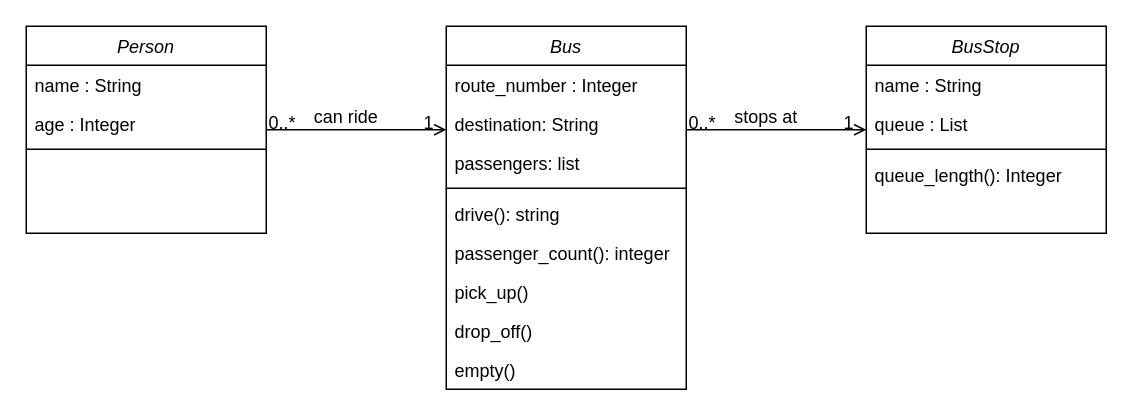
Before: UMLClassDiagram.drawio in Michalju/week2_day2_homework, a draw.io diagram. Source tidied: cells renumbered, new cells numbered last; positions are measured from the earlier drawing's top-left corner, leaving out a move shared by most shapes. Both pictures are drawn from the tidied source at 150%, with x=0, y=0 at pixel (26, 26).
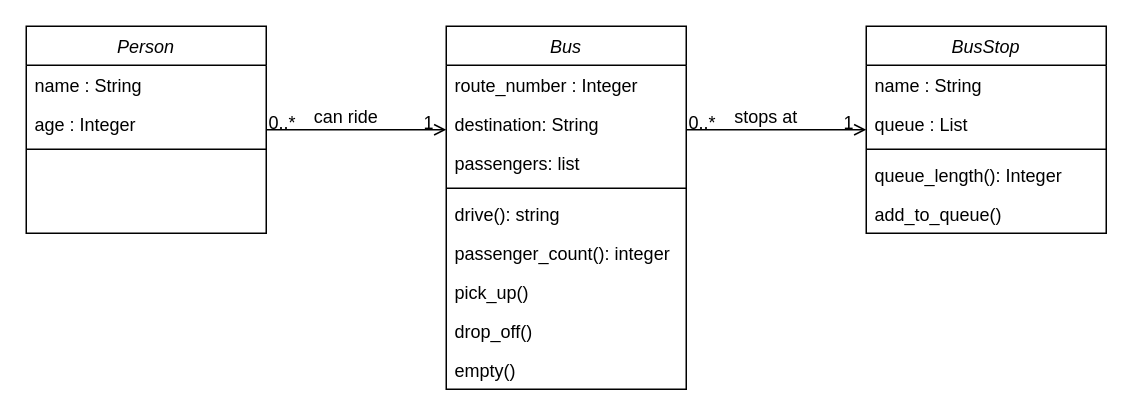
Above is the later version.

Commit message (it also covers changes not shown here):
Updated class diagram and class Bus_stop to add method add_to_queue

The change refers to these unchanged cells:
```xml
<mxCell id="20" value="BusStop" style="swimlane;fontStyle=2;align=center;verticalAlign=top;horizontal=1;startSize=26;rounded=0;shadow=0;strokeWidth=1;" parent="1" vertex="1">
  <mxGeometry x="560" width="160" height="138" as="geometry" />
</mxCell>
```

The edit, as a diff of the source:
```diff
@@
+    <mxCell id="29" value="add_to_queue()" style="text;align=left;verticalAlign=top;spacingLeft=4;spacingRight=4;overflow=hidden;" parent="20" vertex="1">
+      <mxGeometry y="112" width="160" height="26" as="geometry" />
+    </mxCell>
```
